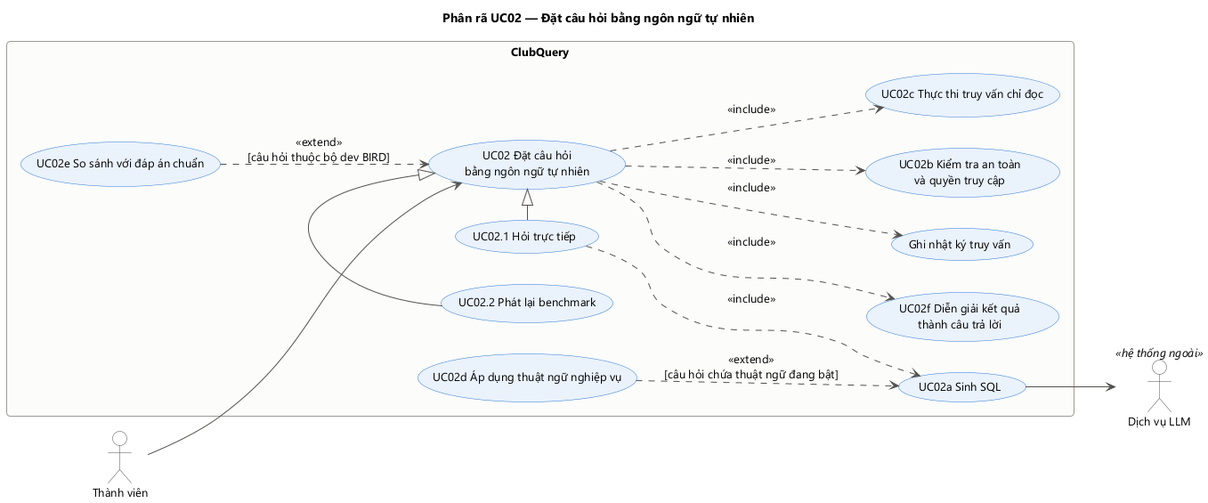
Before: docs/pttk/diagrams/usecase_hoi_dap.png, a diagram exported from PlantUML (ThanhTrung2001/llm-as-db-interface-project). Its diagram source:
```plantuml
@startuml usecase_hoi_dap
!include _style.iuml
left to right direction
title Phân rã UC02 — Đặt câu hỏi bằng ngôn ngữ tự nhiên

actor "Thành viên" as TV
actor "Dịch vụ LLM" as LLM <<hệ thống ngoài>>

rectangle "ClubQuery" {
  usecase "UC02 Đặt câu hỏi\nbằng ngôn ngữ tự nhiên" as UC02
  usecase "UC02.1 Hỏi trực tiếp" as LIVE
  usecase "UC02.2 Phát lại benchmark" as REPLAY
  usecase "UC02a Sinh SQL" as GEN
  usecase "UC02b Kiểm tra an toàn\nvà quyền truy cập" as CHECK
  usecase "UC02c Thực thi truy vấn chỉ đọc" as EXEC
  usecase "UC02d Áp dụng thuật ngữ nghiệp vụ" as GLOSS
  usecase "UC02e So sánh với đáp án chuẩn" as GOLD
  usecase "UC02f Diễn giải kết quả\nthành câu trả lời" as ANS
  usecase "Ghi nhật ký truy vấn" as LOG
}

TV --> UC02
LIVE -|> UC02
REPLAY -|> UC02
LIVE ..> GEN : <<include>>
UC02 ..> CHECK : <<include>>
UC02 ..> EXEC : <<include>>
UC02 ..> ANS : <<include>>
UC02 ..> LOG : <<include>>
GLOSS ..> GEN : <<extend>>\n[câu hỏi chứa thuật ngữ đang bật]
GOLD ..> UC02 : <<extend>>\n[câu hỏi thuộc bộ dev BIRD]
GEN --> LLM
@enduml
```
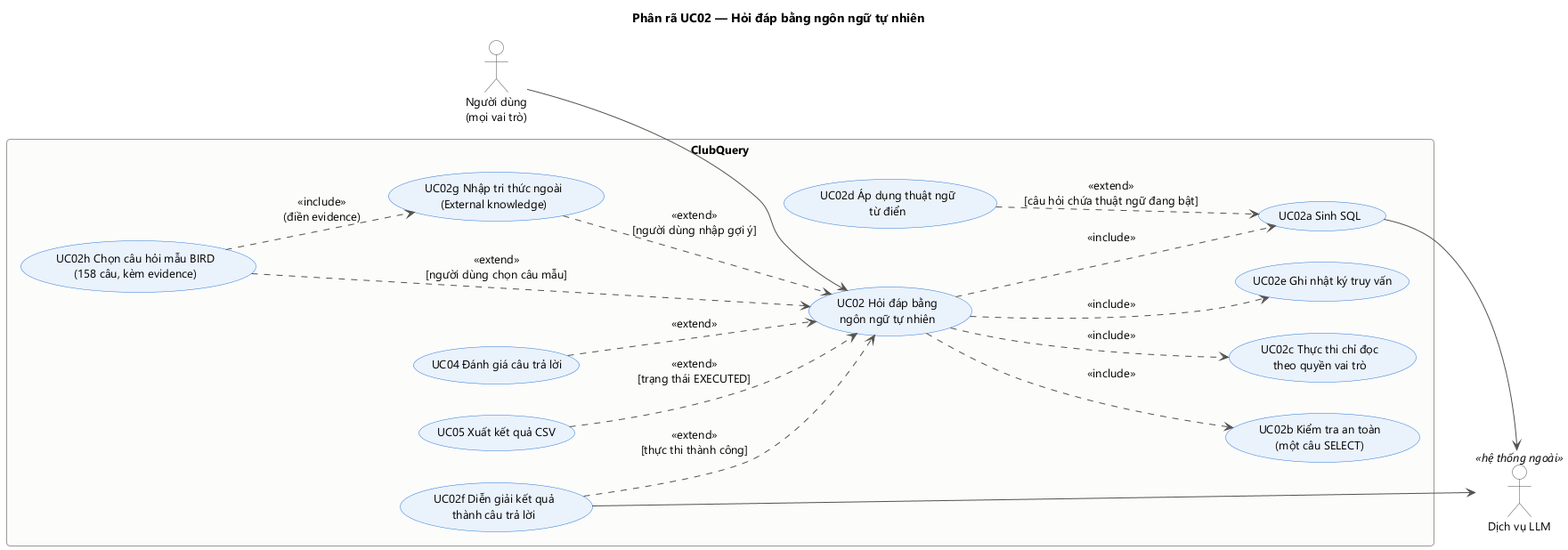
The same file after the commit.

What changed in the source:
```diff
@@ -1,33 +1,37 @@
 @startuml usecase_hoi_dap
 !include _style.iuml
 left to right direction
-title Phân rã UC02 — Đặt câu hỏi bằng ngôn ngữ tự nhiên
+title Phân rã UC02 — Hỏi đáp bằng ngôn ngữ tự nhiên
 
-actor "Thành viên" as TV
+actor "Người dùng\n(mọi vai trò)" as ND
 actor "Dịch vụ LLM" as LLM <<hệ thống ngoài>>
 
 rectangle "ClubQuery" {
-  usecase "UC02 Đặt câu hỏi\nbằng ngôn ngữ tự nhiên" as UC02
-  usecase "UC02.1 Hỏi trực tiếp" as LIVE
-  usecase "UC02.2 Phát lại benchmark" as REPLAY
+  usecase "UC02 Hỏi đáp bằng\nngôn ngữ tự nhiên" as UC02
   usecase "UC02a Sinh SQL" as GEN
-  usecase "UC02b Kiểm tra an toàn\nvà quyền truy cập" as CHECK
-  usecase "UC02c Thực thi truy vấn chỉ đọc" as EXEC
-  usecase "UC02d Áp dụng thuật ngữ nghiệp vụ" as GLOSS
-  usecase "UC02e So sánh với đáp án chuẩn" as GOLD
+  usecase "UC02b Kiểm tra an toàn\n(một câu SELECT)" as CHECK
+  usecase "UC02c Thực thi chỉ đọc\ntheo quyền vai trò" as EXEC
+  usecase "UC02d Áp dụng thuật ngữ\ntừ điển" as GLOSS
+  usecase "UC02e Ghi nhật ký truy vấn" as LOG
   usecase "UC02f Diễn giải kết quả\nthành câu trả lời" as ANS
-  usecase "Ghi nhật ký truy vấn" as LOG
+  usecase "UC02g Nhập tri thức ngoài\n(External knowledge)" as EVID
+  usecase "UC02h Chọn câu hỏi mẫu BIRD\n(158 câu, kèm evidence)" as SAMPLE
+  usecase "UC04 Đánh giá câu trả lời" as UC04
+  usecase "UC05 Xuất kết quả CSV" as UC05
 }
 
-TV --> UC02
-LIVE -|> UC02
-REPLAY -|> UC02
-LIVE ..> GEN : <<include>>
+ND --> UC02
+UC02 ..> GEN : <<include>>
 UC02 ..> CHECK : <<include>>
 UC02 ..> EXEC : <<include>>
-UC02 ..> ANS : <<include>>
 UC02 ..> LOG : <<include>>
 GLOSS ..> GEN : <<extend>>\n[câu hỏi chứa thuật ngữ đang bật]
-GOLD ..> UC02 : <<extend>>\n[câu hỏi thuộc bộ dev BIRD]
+EVID ..> UC02 : <<extend>>\n[người dùng nhập gợi ý]
+SAMPLE ..> UC02 : <<extend>>\n[người dùng chọn câu mẫu]
+SAMPLE ..> EVID : <<include>>\n(điền evidence)
+ANS ..> UC02 : <<extend>>\n[thực thi thành công]
+UC04 ..> UC02 : <<extend>>
+UC05 ..> UC02 : <<extend>>\n[trạng thái EXECUTED]
 GEN --> LLM
+ANS --> LLM
 @enduml
```
